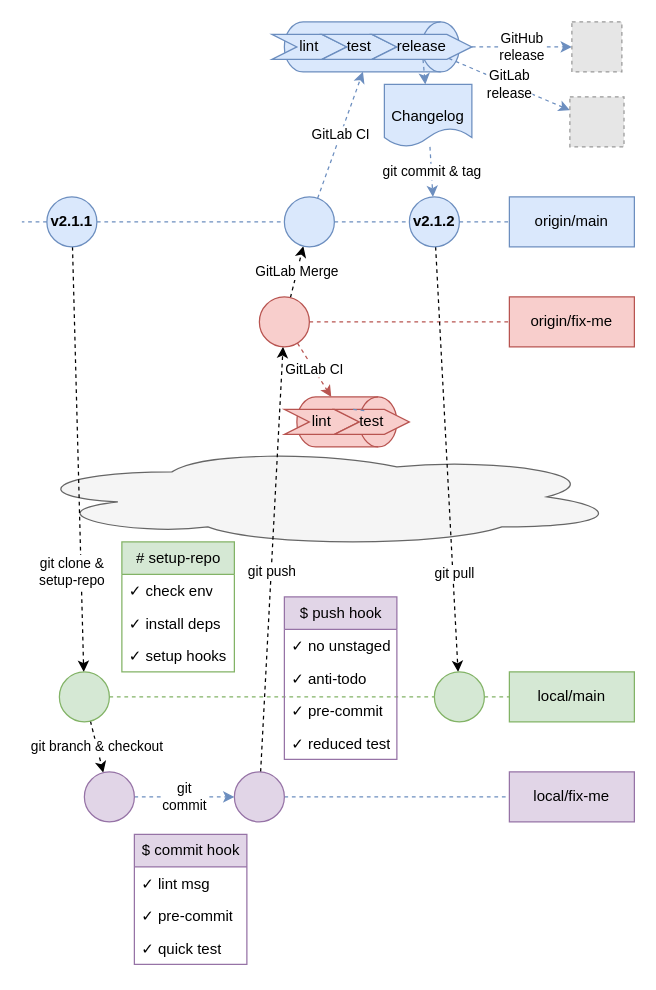
Before: page "fix" (3 of 5) of images/workflow.drawio in old-xebis/repository-template, a draw.io diagram. Source tidied: cells renumbered, new cells numbered last; positions are measured from the earlier drawing's top-left corner, leaving out a move shared by most shapes. Both pictures are drawn from the tidied source at 125%, with x=0, y=0 at pixel (21, -41). Pictures stored in the file or linked from it are replaced by grey dashed boxes.
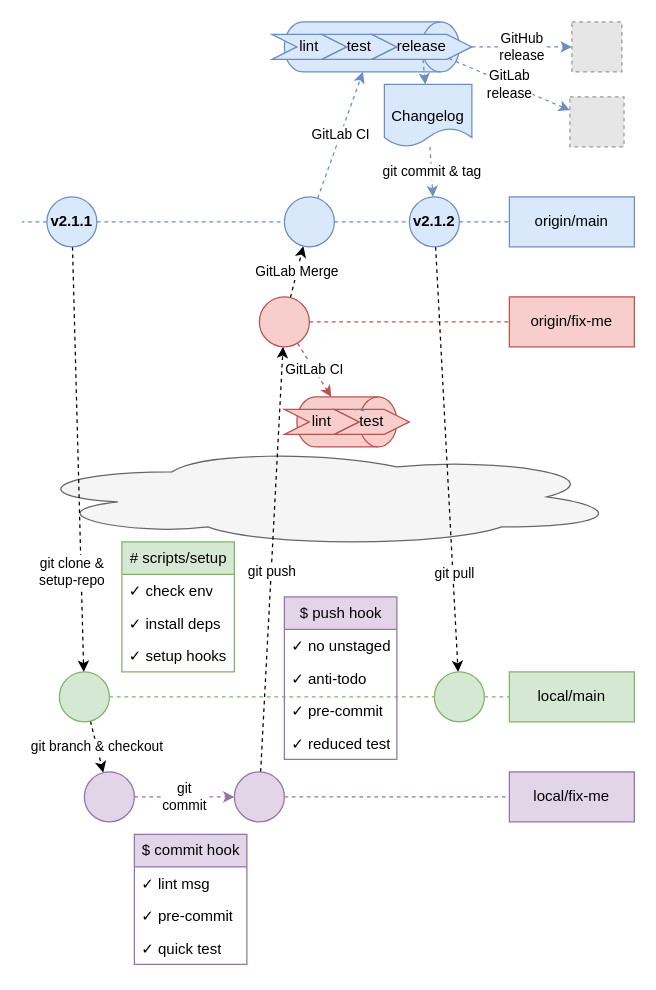
The same page after the edit.

Commit message (it also covers changes not shown here):
docs: adjust images to match scripts naming

The change refers to these unchanged cells:
```xml
<mxCell id="12" style="ellipse;whiteSpace=wrap;html=1;fillColor=#e1d5e7;strokeColor=#9673a6;verticalAlign=middle;labelPosition=center;verticalLabelPosition=middle;align=center;fontStyle=1;rounded=0;" parent="1" vertex="1">
  <mxGeometry x="50" y="650" width="40" height="40" as="geometry" />
</mxCell>
<mxCell id="15" style="ellipse;whiteSpace=wrap;html=1;fillColor=#e1d5e7;strokeColor=#9673a6;verticalAlign=middle;labelPosition=center;verticalLabelPosition=middle;align=center;fontStyle=1;rounded=0;" parent="1" vertex="1">
  <mxGeometry x="170" y="650" width="40" height="40" as="geometry" />
</mxCell>
<mxCell id="23" value="local/fix-me" style="whiteSpace=wrap;html=1;fontStyle=0;strokeColor=#9673a6;fillColor=#e1d5e7;rounded=0;" parent="1" vertex="1">
  <mxGeometry x="390" y="650" width="100" height="40" as="geometry" />
</mxCell>
```

Change to the diagram source:
```diff
@@
-    <mxCell id="11" value="git &lt;br&gt;commit" style="edgeStyle=none;jettySize=auto;html=1;dashed=1;endArrow=classic;endFill=1;strokeColor=#6c8ebf;fillColor=#dae8fc;rounded=0;" parent="1" edge="1" source="12" target="15">
+    <mxCell id="11" value="git &lt;br&gt;commit" style="edgeStyle=none;jettySize=auto;html=1;dashed=1;endArrow=classic;endFill=1;strokeColor=#9673a6;fillColor=#e1d5e7;rounded=0;" parent="1" edge="1" source="12" target="15">
       <mxGeometry relative="1" as="geometry" />
     </mxCell>
@@
-    <mxCell id="14" style="edgeStyle=none;jettySize=auto;html=1;dashed=1;endArrow=none;endFill=0;strokeColor=#6c8ebf;fillColor=#dae8fc;rounded=0;" parent="1" edge="1" source="15" target="23">
+    <mxCell id="14" style="edgeStyle=none;jettySize=auto;html=1;dashed=1;endArrow=none;endFill=0;strokeColor=#9673a6;fillColor=#e1d5e7;rounded=0;" parent="1" edge="1" source="15" target="23">
       <mxGeometry relative="1" as="geometry" />
     </mxCell>
@@
-    <mxCell id="16" value="# setup-repo" style="swimlane;fontStyle=0;horizontal=1;startSize=26;fillColor=#d5e8d4;strokeColor=#82b366;html=1;rounded=0;" parent="1" vertex="1">
+    <mxCell id="16" value="# scripts/setup" style="swimlane;fontStyle=0;horizontal=1;startSize=26;fillColor=#d5e8d4;strokeColor=#82b366;html=1;rounded=0;" parent="1" vertex="1">
       <mxGeometry x="80" y="466" width="90" height="104" as="geometry" />
     </mxCell>
```
